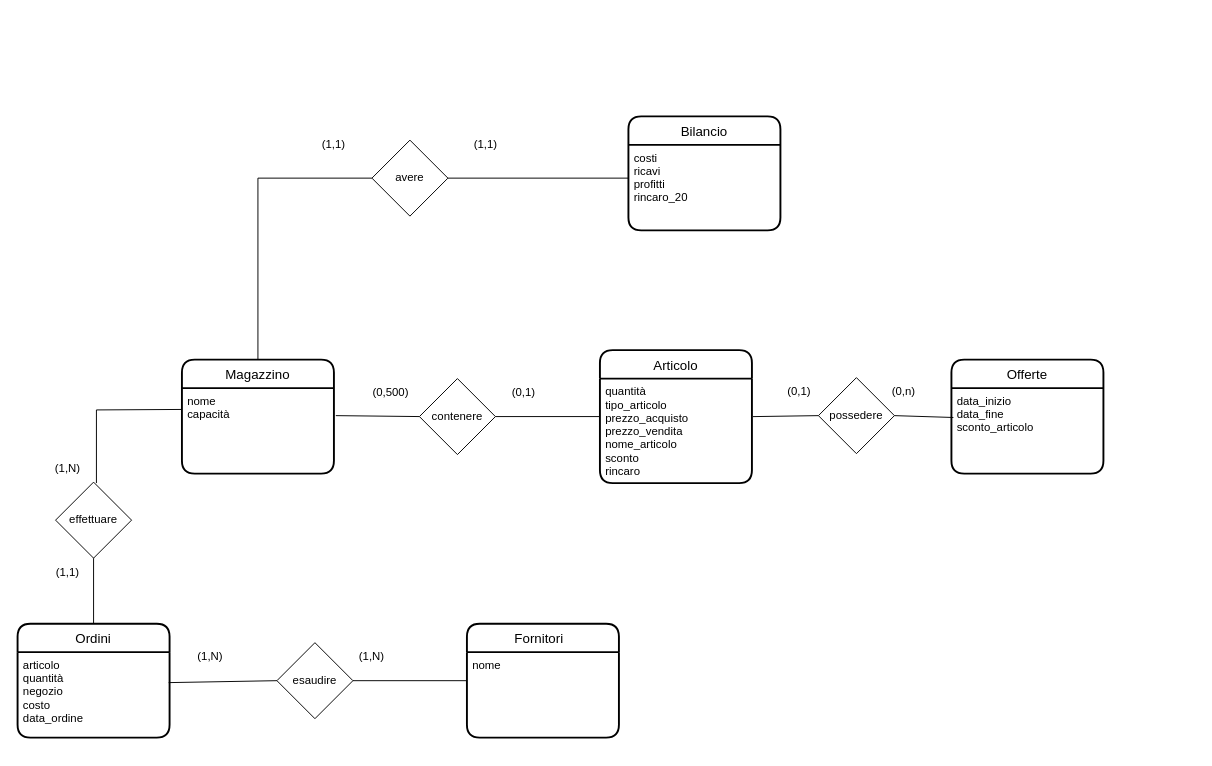
Bugigio/Negozi-Sportivi keeps this draw.io diagram as AccessPort.drawio. Above is the earlier version. Source tidied: cells renumbered, new cells numbered last; positions are measured from the earlier drawing's top-left corner, leaving out a move shared by most shapes. Both pictures are drawn from the tidied source at 95%, with x=0, y=0 at pixel (17, 116).
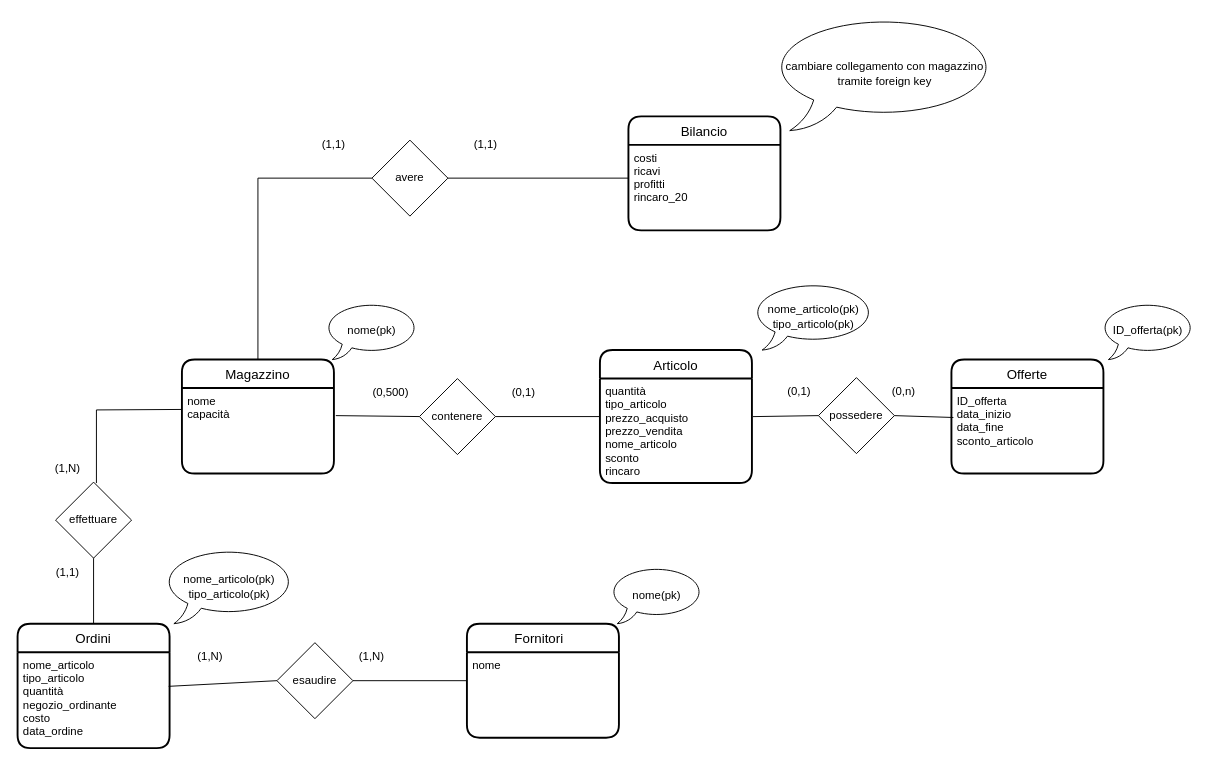
The same diagram, later.

Unchanged cells that the change refers to:
```xml
<mxCell id="24" value="Offerte" style="swimlane;horizontal=1;startSize=30;rounded=1;fontSize=14;fontStyle=0;strokeWidth=2;shadow=0;dashed=0;align=center;fillColor=default;" parent="1" vertex="1">
  <mxGeometry x="983" y="256" width="160" height="120" as="geometry" />
</mxCell>
```

The edit, as a diff of the source:
```diff
@@
     <mxCell id="20" value="Ordini" style="swimlane;horizontal=1;startSize=30;rounded=1;fontSize=14;fontStyle=0;strokeWidth=2;shadow=0;dashed=0;align=center;fillColor=default;" parent="1" vertex="1">
-      <mxGeometry y="534" width="160" height="120" as="geometry" />
+      <mxGeometry y="534" width="160" height="131" as="geometry" />
     </mxCell>
-    <mxCell id="21" value="articolo&#10;quantità&#10;negozio&#10;costo&#10;data_ordine" style="align=left;strokeColor=none;fillColor=none;spacingLeft=4;fontSize=12;verticalAlign=top;" parent="20" vertex="1">
-      <mxGeometry y="30" width="160" height="90" as="geometry" />
+    <mxCell id="21" value="nome_articolo&#10;tipo_articolo&#10;quantità&#10;negozio_ordinante&#10;costo&#10;data_ordine" style="align=left;strokeColor=none;fillColor=none;spacingLeft=4;fontSize=12;verticalAlign=top;" parent="20" vertex="1">
+      <mxGeometry y="30" width="160" height="101" as="geometry" />
     </mxCell>
@@
-    <mxCell id="25" value="data_inizio&#10;data_fine&#10;sconto_articolo" style="align=left;strokeColor=none;fillColor=none;spacingLeft=4;fontSize=12;verticalAlign=top;" parent="24" vertex="1">
+    <mxCell id="25" value="ID_offerta&#10;data_inizio&#10;data_fine&#10;sconto_articolo" style="align=left;strokeColor=none;fillColor=none;spacingLeft=4;fontSize=12;verticalAlign=top;" parent="24" vertex="1">
       <mxGeometry y="30" width="160" height="90" as="geometry" />
     </mxCell>
@@
+    <mxCell id="39" value="nome(pk)" style="whiteSpace=wrap;html=1;shape=mxgraph.basic.oval_callout;" parent="1" vertex="1">
+      <mxGeometry x="323" y="196" width="100" height="60" as="geometry" />
+    </mxCell>
+    <mxCell id="40" value="nome_articolo(pk)&lt;br&gt;tipo_articolo(pk)" style="whiteSpace=wrap;html=1;shape=mxgraph.basic.oval_callout;" parent="1" vertex="1">
+      <mxGeometry x="153" y="455" width="140" height="79" as="geometry" />
+    </mxCell>
+    <mxCell id="41" value="nome(pk)" style="whiteSpace=wrap;html=1;shape=mxgraph.basic.oval_callout;" parent="1" vertex="1">
+      <mxGeometry x="623" y="474" width="100" height="60" as="geometry" />
+    </mxCell>
+    <mxCell id="42" value="ID_offerta(pk)" style="whiteSpace=wrap;html=1;shape=mxgraph.basic.oval_callout;" parent="1" vertex="1">
+      <mxGeometry x="1140" y="196" width="100" height="60" as="geometry" />
+    </mxCell>
+    <mxCell id="43" value="nome_articolo(pk)&lt;br&gt;tipo_articolo(pk)" style="whiteSpace=wrap;html=1;shape=mxgraph.basic.oval_callout;" parent="1" vertex="1">
+      <mxGeometry x="773" y="175" width="130" height="71" as="geometry" />
+    </mxCell>
+    <mxCell id="44" value="cambiare collegamento con magazzino tramite foreign key" style="whiteSpace=wrap;html=1;shape=mxgraph.basic.oval_callout;" parent="1" vertex="1">
+      <mxGeometry x="793" y="-105" width="240" height="120" as="geometry" />
+    </mxCell>
```
